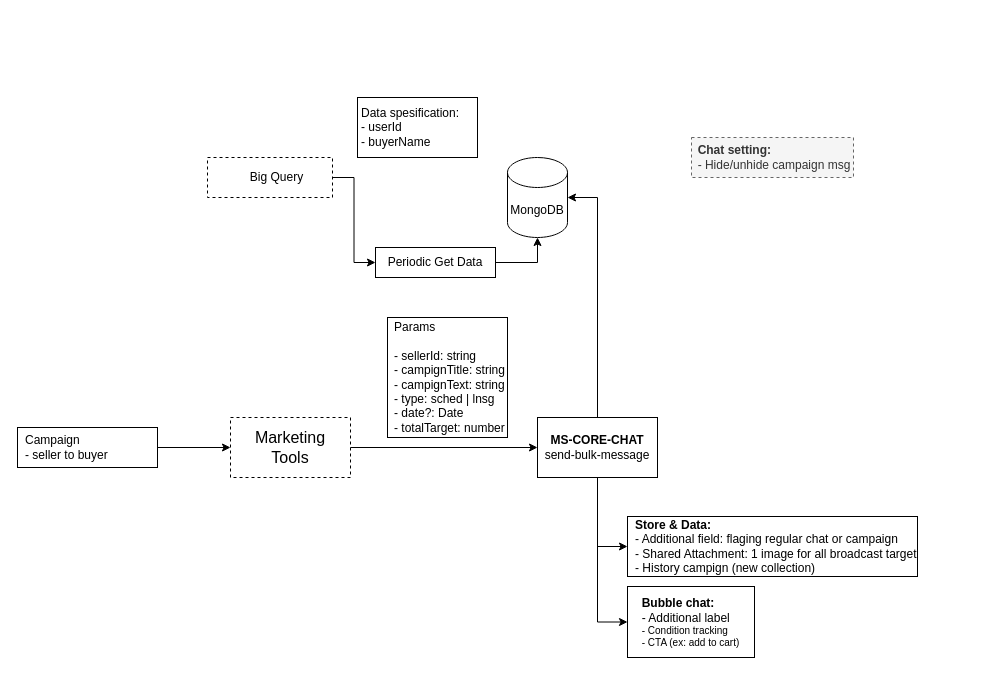
Earlier version of the draw.io diagram page "Chat for Campign" (6 of 8) of System Design Padi Chat.drawio (yogiprsetya/app.diagrams.net). Source tidied: cells renumbered, new cells numbered last; positions are measured from the earlier drawing's top-left corner, leaving out a move shared by most shapes. Both pictures are drawn from the tidied source at 100%, with x=0, y=0 at pixel (17, 97).
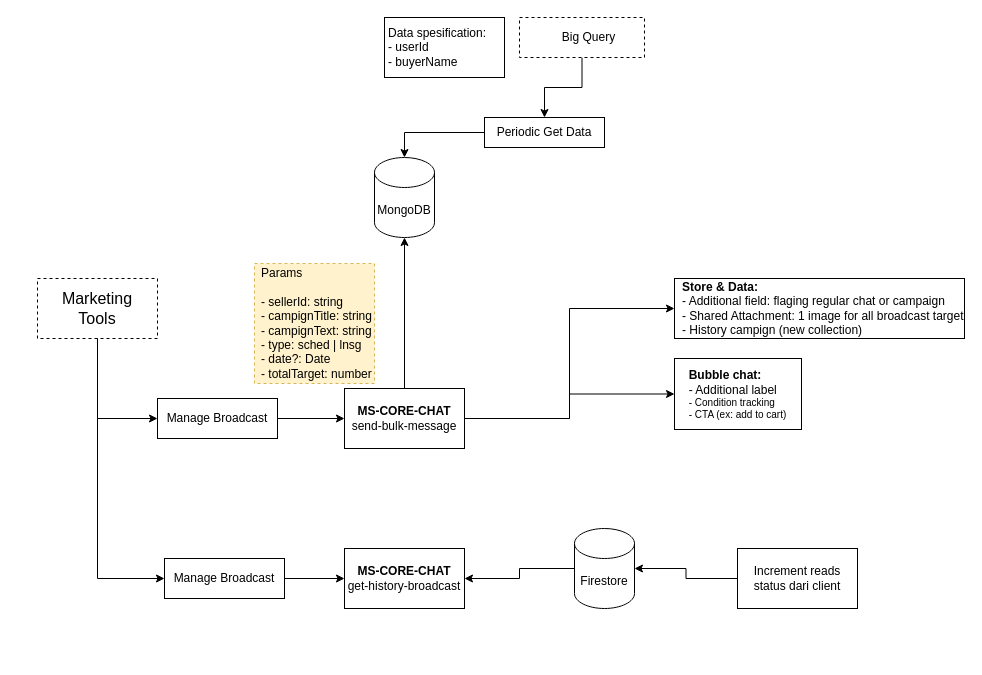
Above is the later version.

Unchanged cells that the change refers to:
```xml
<mxCell id="5" value="&lt;div&gt;&lt;font style=&quot;font-size: 16px;&quot;&gt;Marketing&lt;/font&gt;&lt;/div&gt;&lt;div&gt;&lt;font style=&quot;font-size: 16px;&quot;&gt;Tools&lt;/font&gt;&lt;/div&gt;" style="rounded=0;whiteSpace=wrap;html=1;dashed=1;" parent="4" vertex="1">
  <mxGeometry width="120" height="60" as="geometry" />
</mxCell>
<mxCell id="7" value="&lt;div&gt;&lt;b&gt;MS-CORE-CHAT&lt;/b&gt;&lt;/div&gt;&lt;div&gt;send-bulk-message&lt;br&gt;&lt;/div&gt;" style="rounded=0;whiteSpace=wrap;html=1;" parent="6" vertex="1">
  <mxGeometry width="120" height="60" as="geometry" />
</mxCell>
```

What changed in the source:
```diff
@@
-    <mxCell id="2" style="edgeStyle=orthogonalEdgeStyle;rounded=0;jettySize=auto;html=1;exitX=1;exitY=0.5;exitDx=0;exitDy=0;" parent="1" edge="1" source="3" target="5">
-      <mxGeometry relative="1" as="geometry" />
-    </mxCell>
-    <mxCell id="3" value="Campaign&lt;br&gt;- seller to buyer" style="rounded=0;whiteSpace=wrap;html=1;align=left;spacingLeft=6;spacingRight=6;" parent="1" vertex="1">
-      <mxGeometry y="330" width="140" height="40" as="geometry" />
-    </mxCell>
     <mxCell id="4" style="group;dashed=1;" parent="1" vertex="1">
-      <mxGeometry x="213" y="320" width="120" height="60" as="geometry" />
+      <mxGeometry x="20" y="181" width="120" height="60" as="geometry" />
     </mxCell>
@@
     <mxCell id="6" style="group;" parent="1" vertex="1">
-      <mxGeometry x="520" y="320" width="120" height="60" as="geometry" />
+      <mxGeometry x="327" y="291" width="120" height="60" as="geometry" />
     </mxCell>
@@
-    <mxCell id="8" style="edgeStyle=orthogonalEdgeStyle;rounded=0;jettySize=auto;html=1;entryX=0;entryY=0.5;entryDx=0;entryDy=0;" parent="1" edge="1" source="5" target="7">
+    <mxCell id="8" style="edgeStyle=orthogonalEdgeStyle;rounded=0;jettySize=auto;html=1;entryX=0;entryY=0.5;entryDx=0;entryDy=0;exitX=1;exitY=0.5;exitDx=0;exitDy=0;" parent="1" edge="1" source="24" target="7">
       <mxGeometry relative="1" as="geometry" />
     </mxCell>
     <mxCell id="9" value="&lt;div align=&quot;left&quot;&gt;&lt;b&gt;Bubble chat:&lt;/b&gt;&lt;/div&gt;&lt;div align=&quot;left&quot;&gt;- Additional label&lt;br&gt;&lt;/div&gt;&lt;div align=&quot;left&quot; style=&quot;font-size: 10px;&quot;&gt;- Condition tracking&lt;br&gt;- CTA (ex: add to cart)&lt;br&gt;&lt;/div&gt;" style="rounded=0;whiteSpace=wrap;html=1;" parent="1" vertex="1">
-      <mxGeometry x="610" y="489" width="127" height="71" as="geometry" />
+      <mxGeometry x="657" y="261" width="127" height="71" as="geometry" />
     </mxCell>
     <mxCell id="10" value="&lt;div&gt;&lt;b&gt;Store &amp;amp; Data:&lt;/b&gt;&lt;/div&gt;&lt;div&gt;- Additional field: flaging regular chat or campaign &lt;b&gt;&lt;br&gt;&lt;/b&gt;&lt;/div&gt;&lt;div&gt;- Shared Attachment: 1 image for all broadcast target&lt;/div&gt;&lt;div&gt;- History campign (&lt;span style=&quot;color: light-dark(rgb(0, 0, 0), rgb(255, 0, 0));&quot;&gt;new collection&lt;/span&gt;)&lt;br&gt;&lt;/div&gt;" style="rounded=0;whiteSpace=wrap;html=1;align=left;spacingLeft=6;" parent="1" vertex="1">
-      <mxGeometry x="610" y="419" width="290" height="60" as="geometry" />
+      <mxGeometry x="657" y="181" width="290" height="60" as="geometry" />
     </mxCell>
@@
-    <mxCell id="13" value="&lt;div align=&quot;left&quot;&gt;&lt;b&gt;Chat setting:&lt;/b&gt;&lt;/div&gt;&lt;div align=&quot;left&quot;&gt;- Hide/unhide campaign msg&lt;br&gt;&lt;/div&gt;" style="rounded=0;whiteSpace=wrap;html=1;spacingLeft=4;dashed=1;fillColor=#f5f5f5;fontColor=#333333;strokeColor=#666666;" parent="1" vertex="1">
-      <mxGeometry x="674" y="40" width="162" height="40" as="geometry" />
-    </mxCell>
-    <mxCell id="14" style="edgeStyle=orthogonalEdgeStyle;rounded=0;jettySize=auto;html=1;entryX=0;entryY=0.5;entryDx=0;entryDy=0;" parent="1" edge="1" source="15" target="18">
+    <mxCell id="14" style="edgeStyle=orthogonalEdgeStyle;rounded=0;jettySize=auto;html=1;entryX=0.5;entryY=0;entryDx=0;entryDy=0;" parent="1" edge="1" source="15" target="18">
       <mxGeometry relative="1" as="geometry" />
     </mxCell>
     <mxCell id="15" value="Big Query" style="rounded=0;whiteSpace=wrap;html=1;dashed=1;align=center;spacingLeft=14;" parent="1" vertex="1">
-      <mxGeometry x="190" y="60" width="125" height="40" as="geometry" />
+      <mxGeometry x="502" y="-80" width="125" height="40" as="geometry" />
     </mxCell>
-    <mxCell id="16" value="&lt;div align=&quot;left&quot;&gt;Params&lt;/div&gt;&lt;div&gt;&lt;br&gt;&lt;/div&gt;&lt;div&gt;- sellerId: string&lt;/div&gt;&lt;div&gt;- campignTitle: string&lt;br&gt;&lt;/div&gt;&lt;div&gt;- campignText: string&lt;/div&gt;&lt;div&gt;- type: sched | lnsg&lt;/div&gt;&lt;div&gt;- date?: Date&lt;/div&gt;&lt;div&gt;- totalTarget: number&lt;br&gt;&lt;/div&gt;" style="whiteSpace=wrap;html=1;align=left;spacingTop=0;spacingLeft=5;" parent="1" vertex="1">
-      <mxGeometry x="370" y="220" width="120" height="120" as="geometry" />
+    <mxCell id="16" value="&lt;div align=&quot;left&quot;&gt;Params&lt;/div&gt;&lt;div&gt;&lt;br&gt;&lt;/div&gt;&lt;div&gt;- sellerId: string&lt;/div&gt;&lt;div&gt;- campignTitle: string&lt;br&gt;&lt;/div&gt;&lt;div&gt;- campignText: string&lt;/div&gt;&lt;div&gt;- type: sched | lnsg&lt;/div&gt;&lt;div&gt;- date?: Date&lt;/div&gt;&lt;div&gt;- totalTarget: number&lt;br&gt;&lt;/div&gt;" style="whiteSpace=wrap;html=1;align=left;spacingTop=0;spacingLeft=5;dashed=1;fillColor=#fff2cc;strokeColor=#d6b656;" parent="1" vertex="1">
+      <mxGeometry x="237" y="166" width="120" height="120" as="geometry" />
     </mxCell>
     <mxCell id="17" value="MongoDB" style="shape=cylinder3;whiteSpace=wrap;html=1;boundedLbl=1;backgroundOutline=1;size=15;" parent="1" vertex="1">
-      <mxGeometry x="490" y="60" width="60" height="80" as="geometry" />
+      <mxGeometry x="357" y="60" width="60" height="80" as="geometry" />
     </mxCell>
     <mxCell id="18" value="Periodic Get Data" style="rounded=0;whiteSpace=wrap;html=1;" parent="1" vertex="1">
-      <mxGeometry x="358" y="150" width="120" height="30" as="geometry" />
+      <mxGeometry x="467" y="20" width="120" height="30" as="geometry" />
     </mxCell>
-    <mxCell id="19" style="edgeStyle=orthogonalEdgeStyle;rounded=0;jettySize=auto;html=1;entryX=0.5;entryY=1;entryDx=0;entryDy=0;entryPerimeter=0;" parent="1" edge="1" source="18" target="17">
+    <mxCell id="19" style="edgeStyle=orthogonalEdgeStyle;rounded=0;jettySize=auto;html=1;entryX=0.5;entryY=0;entryDx=0;entryDy=0;entryPerimeter=0;" parent="1" edge="1" source="18" target="17">
       <mxGeometry relative="1" as="geometry" />
     </mxCell>
-    <mxCell id="20" style="edgeStyle=orthogonalEdgeStyle;rounded=0;jettySize=auto;html=1;exitX=0.5;exitY=0;exitDx=0;exitDy=0;entryX=1;entryY=0.5;entryDx=0;entryDy=0;entryPerimeter=0;" parent="1" edge="1" source="7" target="17">
+    <mxCell id="20" style="edgeStyle=orthogonalEdgeStyle;rounded=0;jettySize=auto;html=1;exitX=0.5;exitY=0;exitDx=0;exitDy=0;entryX=0.5;entryY=1;entryDx=0;entryDy=0;entryPerimeter=0;" parent="1" edge="1" source="7" target="17">
       <mxGeometry relative="1" as="geometry" />
     </mxCell>
     <mxCell id="21" value="&lt;div align=&quot;left&quot;&gt;Data spesification:&lt;br&gt;- userId&lt;/div&gt;&lt;div align=&quot;left&quot;&gt;- buyerName&lt;br&gt;&lt;/div&gt;" style="rounded=0;whiteSpace=wrap;html=1;align=left;spacingLeft=2;" parent="1" vertex="1">
-      <mxGeometry x="340" width="120" height="60" as="geometry" />
+      <mxGeometry x="367" y="-80" width="120" height="60" as="geometry" />
     </mxCell>
+    <mxCell id="22" style="edgeStyle=orthogonalEdgeStyle;rounded=0;jettySize=auto;html=1;" parent="1" edge="1" source="23" target="30">
+      <mxGeometry relative="1" as="geometry" />
+    </mxCell>
+    <mxCell id="23" value="Firestore" style="shape=cylinder3;whiteSpace=wrap;html=1;boundedLbl=1;backgroundOutline=1;size=15;" parent="1" vertex="1">
+      <mxGeometry x="557" y="431" width="60" height="80" as="geometry" />
+    </mxCell>
+    <mxCell id="24" value="Manage Broadcast" style="rounded=0;whiteSpace=wrap;html=1;" parent="1" vertex="1">
+      <mxGeometry x="140" y="301" width="120" height="40" as="geometry" />
+    </mxCell>
+    <mxCell id="25" style="edgeStyle=orthogonalEdgeStyle;rounded=0;jettySize=auto;html=1;entryX=0;entryY=0.5;entryDx=0;entryDy=0;" parent="1" edge="1" source="5" target="24">
+      <mxGeometry relative="1" as="geometry" />
+    </mxCell>
+    <mxCell id="26" value="Manage Broadcast" style="rounded=0;whiteSpace=wrap;html=1;" parent="1" vertex="1">
+      <mxGeometry x="147" y="461" width="120" height="40" as="geometry" />
+    </mxCell>
+    <mxCell id="27" style="edgeStyle=orthogonalEdgeStyle;rounded=0;jettySize=auto;html=1;entryX=0;entryY=0.5;entryDx=0;entryDy=0;" parent="1" edge="1" source="5" target="26">
+      <mxGeometry relative="1" as="geometry">
+        <Array as="points">
+          <mxPoint x="80" y="481" />
+        </Array>
+      </mxGeometry>
+    </mxCell>
+    <mxCell id="28" style="edgeStyle=orthogonalEdgeStyle;rounded=0;jettySize=auto;html=1;entryX=0;entryY=0.5;entryDx=0;entryDy=0;" parent="1" edge="1" source="26" target="30">
+      <mxGeometry relative="1" as="geometry" />
+    </mxCell>
+    <mxCell id="29" style="group;" parent="1" vertex="1">
+      <mxGeometry x="327" y="451" width="120" height="60" as="geometry" />
+    </mxCell>
+    <mxCell id="30" value="&lt;div&gt;&lt;b&gt;MS-CORE-CHAT&lt;/b&gt;&lt;/div&gt;&lt;div&gt;get-history-broadcast&lt;br&gt;&lt;/div&gt;" style="rounded=0;whiteSpace=wrap;html=1;" parent="29" vertex="1">
+      <mxGeometry width="120" height="60" as="geometry" />
+    </mxCell>
+    <mxCell id="31" value="Increment reads status dari client" style="rounded=0;whiteSpace=wrap;html=1;" parent="1" vertex="1">
+      <mxGeometry x="720" y="451" width="120" height="60" as="geometry" />
+    </mxCell>
+    <mxCell id="32" style="edgeStyle=orthogonalEdgeStyle;rounded=0;jettySize=auto;html=1;entryX=1;entryY=0.5;entryDx=0;entryDy=0;entryPerimeter=0;" parent="1" edge="1" source="31" target="23">
+      <mxGeometry relative="1" as="geometry" />
+    </mxCell>
```
